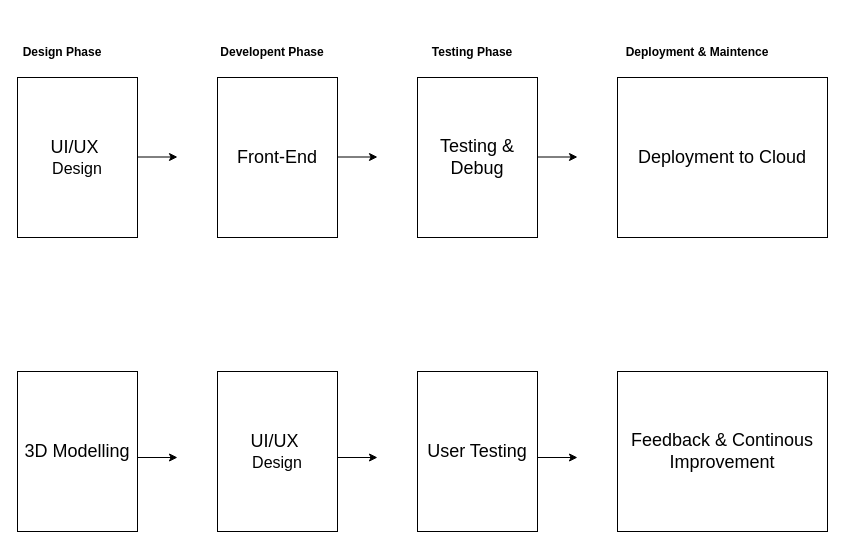
This is Flowchart.drawio from Spyware0412/GPTLConnectionDiagram, a draw.io file, before an edit. Source tidied: cells renumbered, new cells numbered last; positions are measured from the earlier drawing's top-left corner, leaving out a move shared by most shapes. Both pictures are drawn from the tidied source at 100%, with x=0, y=0 at pixel (17, 37).
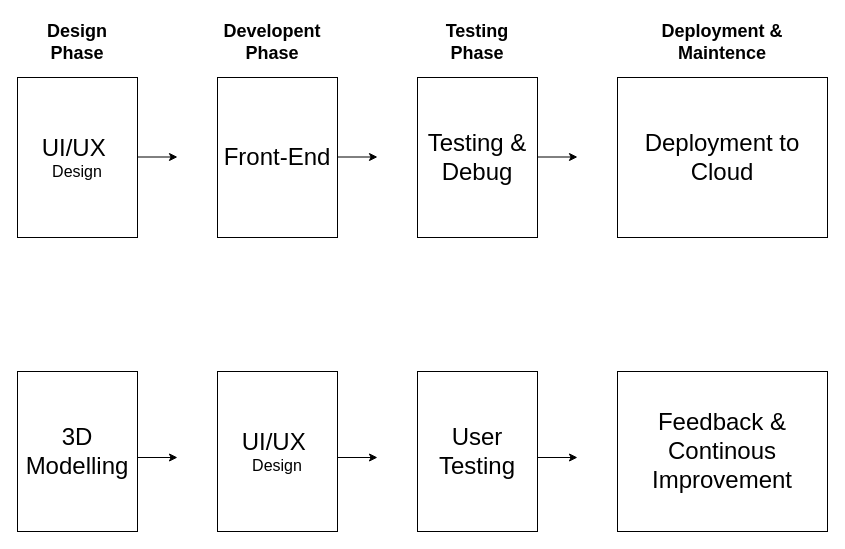
The same diagram, later.

Change to the diagram source:
```diff
@@
-    <mxCell id="2" value="&lt;font style=&quot;font-size: 18px;&quot;&gt;UI/UX&amp;nbsp;&lt;/font&gt;&lt;div&gt;&lt;font size=&quot;3&quot;&gt;Design&lt;/font&gt;&lt;/div&gt;" style="rounded=0;whiteSpace=wrap;html=1;" parent="1" vertex="1">
+    <mxCell id="2" value="&lt;font style=&quot;font-size: 24px;&quot;&gt;UI/UX&amp;nbsp;&lt;/font&gt;&lt;div&gt;&lt;font size=&quot;3&quot;&gt;Design&lt;/font&gt;&lt;/div&gt;" style="rounded=0;whiteSpace=wrap;html=1;" parent="1" vertex="1">
       <mxGeometry y="40" width="120" height="160" as="geometry" />
     </mxCell>
-    <mxCell id="3" value="&lt;span style=&quot;font-size: 18px;&quot;&gt;Front-End&lt;/span&gt;" style="rounded=0;whiteSpace=wrap;html=1;" parent="1" vertex="1">
+    <mxCell id="3" value="&lt;font style=&quot;font-size: 24px;&quot;&gt;Front-End&lt;/font&gt;" style="rounded=0;whiteSpace=wrap;html=1;" parent="1" vertex="1">
       <mxGeometry x="200" y="40" width="120" height="160" as="geometry" />
     </mxCell>
-    <mxCell id="4" value="&lt;span style=&quot;font-size: 18px;&quot;&gt;Testing &amp;amp; Debug&lt;/span&gt;" style="rounded=0;whiteSpace=wrap;html=1;" parent="1" vertex="1">
+    <mxCell id="4" value="&lt;font style=&quot;font-size: 24px;&quot;&gt;Testing &amp;amp; Debug&lt;/font&gt;" style="rounded=0;whiteSpace=wrap;html=1;" parent="1" vertex="1">
       <mxGeometry x="400" y="40" width="120" height="160" as="geometry" />
     </mxCell>
-    <mxCell id="5" value="&lt;span style=&quot;font-size: 18px;&quot;&gt;Deployment to Cloud&lt;/span&gt;" style="rounded=0;whiteSpace=wrap;html=1;" parent="1" vertex="1">
+    <mxCell id="5" value="&lt;font style=&quot;font-size: 24px;&quot;&gt;Deployment to Cloud&lt;/font&gt;" style="rounded=0;whiteSpace=wrap;html=1;" parent="1" vertex="1">
       <mxGeometry x="600" y="40" width="210" height="160" as="geometry" />
     </mxCell>
-    <mxCell id="6" value="&lt;span style=&quot;font-size: 18px;&quot;&gt;3D Modelling&lt;/span&gt;" style="rounded=0;whiteSpace=wrap;html=1;" parent="1" vertex="1">
+    <mxCell id="6" value="&lt;font style=&quot;font-size: 24px;&quot;&gt;3D Modelling&lt;/font&gt;" style="rounded=0;whiteSpace=wrap;html=1;" parent="1" vertex="1">
       <mxGeometry y="334" width="120" height="160" as="geometry" />
     </mxCell>
-    <mxCell id="7" value="&lt;font style=&quot;font-size: 18px;&quot;&gt;UI/UX&amp;nbsp;&lt;/font&gt;&lt;div&gt;&lt;font size=&quot;3&quot;&gt;Design&lt;/font&gt;&lt;/div&gt;" style="rounded=0;whiteSpace=wrap;html=1;" parent="1" vertex="1">
+    <mxCell id="7" value="&lt;font style=&quot;font-size: 24px;&quot;&gt;UI/UX&amp;nbsp;&lt;/font&gt;&lt;div&gt;&lt;font size=&quot;3&quot;&gt;Design&lt;/font&gt;&lt;/div&gt;" style="rounded=0;whiteSpace=wrap;html=1;" parent="1" vertex="1">
       <mxGeometry x="200" y="334" width="120" height="160" as="geometry" />
     </mxCell>
-    <mxCell id="8" value="&lt;span style=&quot;font-size: 18px;&quot;&gt;User Testing&lt;/span&gt;" style="rounded=0;whiteSpace=wrap;html=1;" parent="1" vertex="1">
+    <mxCell id="8" value="&lt;font style=&quot;font-size: 24px;&quot;&gt;User Testing&lt;/font&gt;" style="rounded=0;whiteSpace=wrap;html=1;" parent="1" vertex="1">
       <mxGeometry x="400" y="334" width="120" height="160" as="geometry" />
     </mxCell>
-    <mxCell id="9" value="&lt;span style=&quot;font-size: 18px;&quot;&gt;Feedback &amp;amp; Continous Improvement&lt;/span&gt;" style="rounded=0;whiteSpace=wrap;html=1;" parent="1" vertex="1">
+    <mxCell id="9" value="&lt;font style=&quot;font-size: 24px;&quot;&gt;&lt;font style=&quot;&quot;&gt;Feedback &amp;amp; Continous Improv&lt;/font&gt;ement&lt;/font&gt;" style="rounded=0;whiteSpace=wrap;html=1;" parent="1" vertex="1">
       <mxGeometry x="600" y="334" width="210" height="160" as="geometry" />
     </mxCell>
-    <mxCell id="10" value="&lt;b&gt;Design Phase&lt;/b&gt;" style="text;html=1;align=center;verticalAlign=middle;whiteSpace=wrap;rounded=0;" parent="1" vertex="1">
-      <mxGeometry width="90" height="30" as="geometry" />
+    <mxCell id="10" value="&lt;b&gt;&lt;font style=&quot;font-size: 18px;&quot;&gt;Design Phase&lt;/font&gt;&lt;/b&gt;" style="text;html=1;align=center;verticalAlign=middle;whiteSpace=wrap;rounded=0;" parent="1" vertex="1">
+      <mxGeometry y="-20" width="120" height="50" as="geometry" />
     </mxCell>
-    <mxCell id="11" value="&lt;b&gt;Developent Phase&lt;/b&gt;" style="text;html=1;align=center;verticalAlign=middle;whiteSpace=wrap;rounded=0;" parent="1" vertex="1">
-      <mxGeometry x="200" width="110" height="30" as="geometry" />
+    <mxCell id="11" value="&lt;b&gt;&lt;font style=&quot;font-size: 18px;&quot;&gt;Developent Phase&lt;/font&gt;&lt;/b&gt;" style="text;html=1;align=center;verticalAlign=middle;whiteSpace=wrap;rounded=0;" parent="1" vertex="1">
+      <mxGeometry x="200" y="-10" width="110" height="30" as="geometry" />
     </mxCell>
-    <mxCell id="12" value="&lt;b&gt;Testing Phase&lt;/b&gt;" style="text;html=1;align=center;verticalAlign=middle;whiteSpace=wrap;rounded=0;" parent="1" vertex="1">
-      <mxGeometry x="400" width="110" height="30" as="geometry" />
+    <mxCell id="12" value="&lt;b&gt;&lt;font style=&quot;font-size: 18px;&quot;&gt;Testing Phase&lt;/font&gt;&lt;/b&gt;" style="text;html=1;align=center;verticalAlign=middle;whiteSpace=wrap;rounded=0;" parent="1" vertex="1">
+      <mxGeometry x="405" y="-10" width="110" height="30" as="geometry" />
     </mxCell>
-    <mxCell id="13" value="&lt;b&gt;Deployment &amp;amp; Maintence&lt;/b&gt;" style="text;html=1;align=center;verticalAlign=middle;whiteSpace=wrap;rounded=0;" parent="1" vertex="1">
-      <mxGeometry x="600" width="160" height="30" as="geometry" />
+    <mxCell id="13" value="&lt;b&gt;&lt;font style=&quot;font-size: 18px;&quot;&gt;Deployment &amp;amp; Maintence&lt;/font&gt;&lt;/b&gt;" style="text;html=1;align=center;verticalAlign=middle;whiteSpace=wrap;rounded=0;" parent="1" vertex="1">
+      <mxGeometry x="625" y="-10" width="160" height="30" as="geometry" />
     </mxCell>
```
